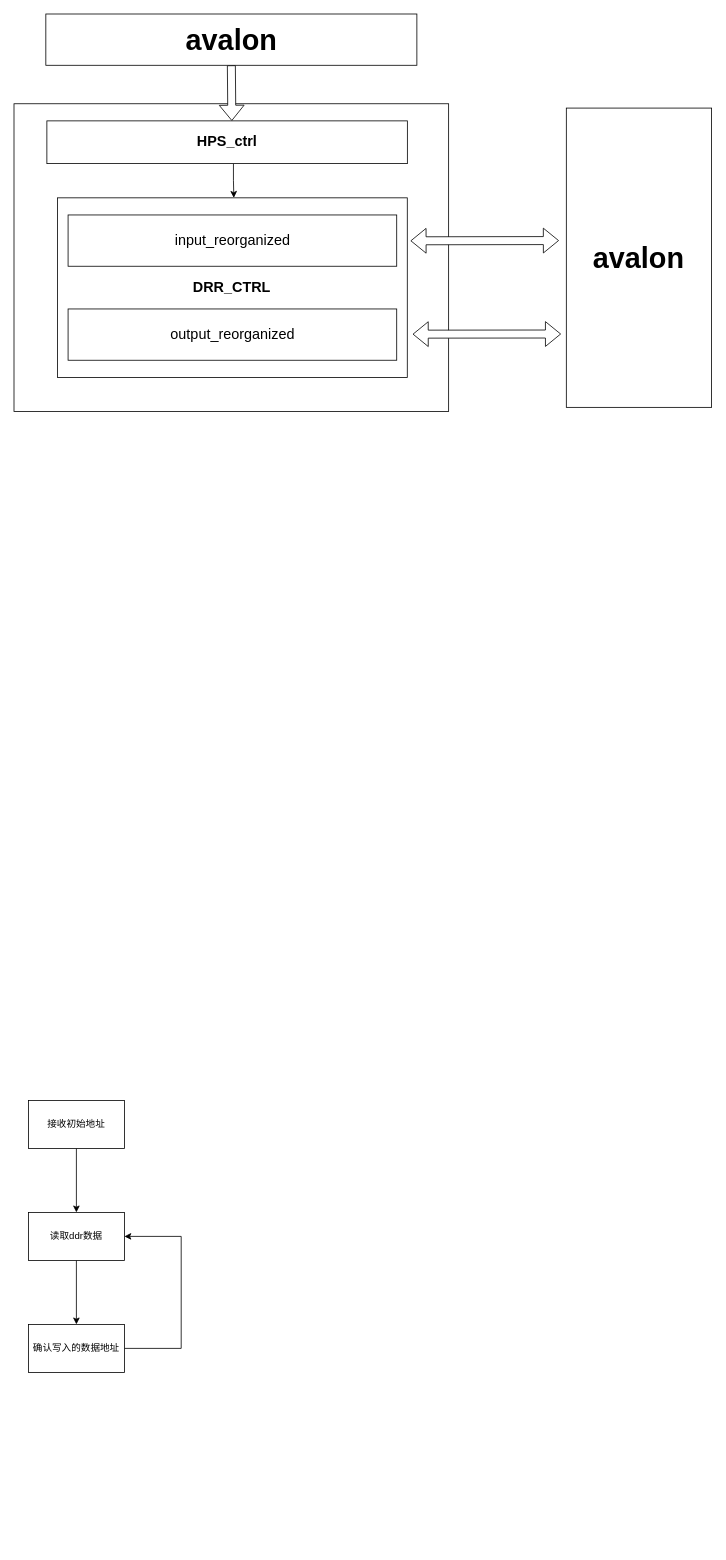
The draw.io diagram 数据重排.drawio in AQii77/drawio_SAVE, before the edit. Source tidied: cells renumbered, new cells numbered last; positions are measured from the earlier drawing's top-left corner, leaving out a move shared by most shapes. Both pictures are drawn from the tidied source at 80%, with x=0, y=0 at pixel (14, 14).
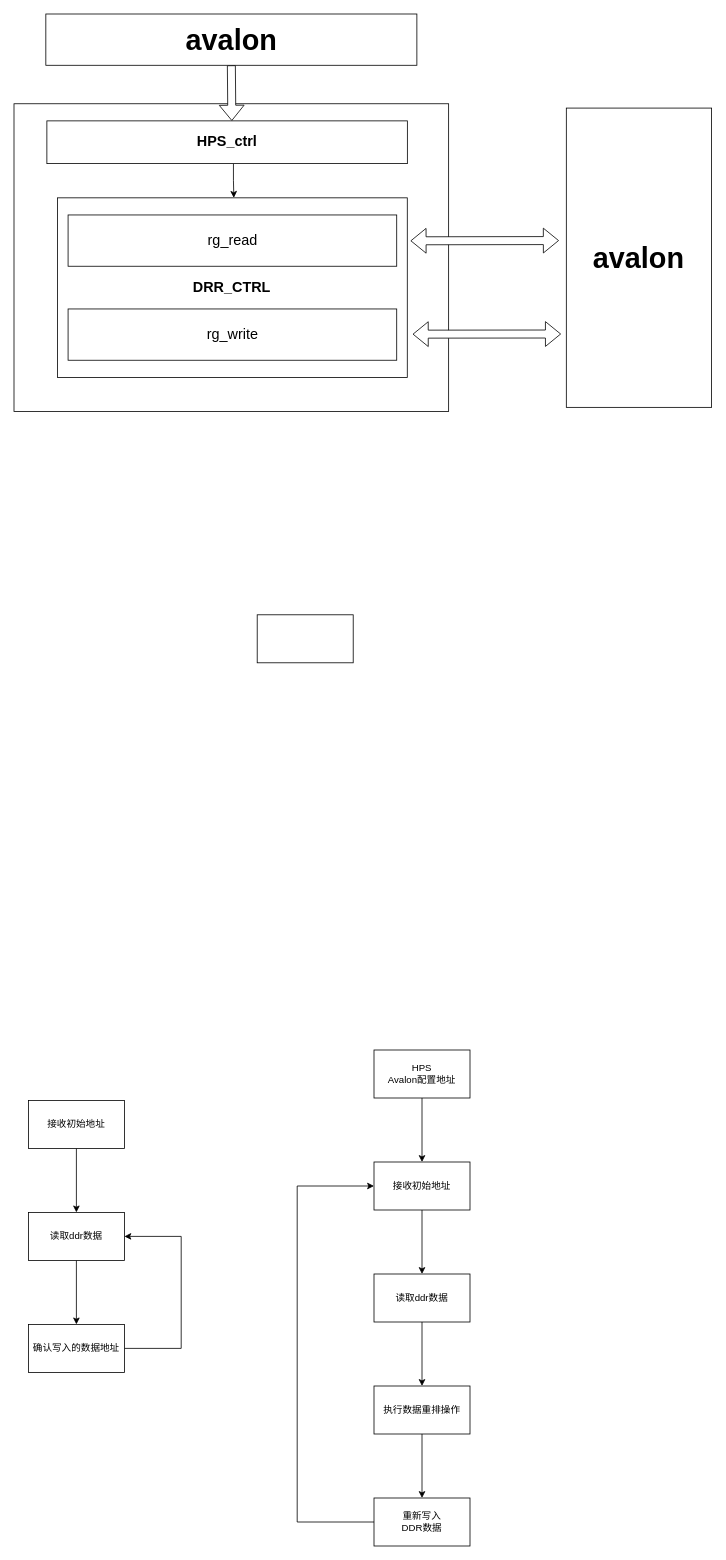
After the change.

Commit message:
更新数据重排.drawio

The change refers to these unchanged cells:
```xml
<mxCell id="8" style="group;" parent="1" vertex="1">
  <mxGeometry width="872" height="497" as="geometry" />
</mxCell>
```

Change to the diagram source:
```diff
@@
-    <mxCell id="11" value="&lt;font style=&quot;font-size: 18px;&quot;&gt;input_reorganized&lt;/font&gt;" style="rounded=0;whiteSpace=wrap;html=1;" parent="8" vertex="1">
+    <mxCell id="11" value="&lt;font style=&quot;font-size: 18px;&quot;&gt;rg_read&lt;/font&gt;" style="rounded=0;whiteSpace=wrap;html=1;" parent="8" vertex="1">
       <mxGeometry x="67.6" y="251.2" width="410.8" height="64.1" as="geometry" />
     </mxCell>
-    <mxCell id="12" value="&lt;font style=&quot;font-size: 18px;&quot;&gt;output_reorganized&lt;/font&gt;" style="rounded=0;whiteSpace=wrap;html=1;" parent="8" vertex="1">
+    <mxCell id="12" value="&lt;font style=&quot;font-size: 18px;&quot;&gt;rg_write&lt;/font&gt;" style="rounded=0;whiteSpace=wrap;html=1;" parent="8" vertex="1">
       <mxGeometry x="67.6" y="368.7" width="410.8" height="64.1" as="geometry" />
     </mxCell>
@@
+    <mxCell id="20" style="rounded=0;whiteSpace=wrap;html=1;" parent="1" vertex="1">
+      <mxGeometry x="304" y="751" width="120" height="60" as="geometry" />
+    </mxCell>
+    <mxCell id="21" style="edgeStyle=orthogonalEdgeStyle;rounded=0;jettySize=auto;html=1;" parent="1" edge="1" source="22" target="24">
+      <mxGeometry relative="1" as="geometry" />
+    </mxCell>
+    <mxCell id="22" value="HPS &lt;br&gt;Avalon配置地址" style="rounded=0;whiteSpace=wrap;html=1;" parent="1" vertex="1">
+      <mxGeometry x="450" y="1295" width="120" height="60" as="geometry" />
+    </mxCell>
+    <mxCell id="23" style="edgeStyle=orthogonalEdgeStyle;rounded=0;jettySize=auto;html=1;" parent="1" edge="1" source="24" target="26">
+      <mxGeometry relative="1" as="geometry" />
+    </mxCell>
+    <mxCell id="24" value="接收初始地址" style="whiteSpace=wrap;html=1;rounded=0;" parent="1" vertex="1">
+      <mxGeometry x="450" y="1435" width="120" height="60" as="geometry" />
+    </mxCell>
+    <mxCell id="25" style="edgeStyle=orthogonalEdgeStyle;rounded=0;jettySize=auto;html=1;" parent="1" edge="1" source="26" target="28">
+      <mxGeometry relative="1" as="geometry" />
+    </mxCell>
+    <mxCell id="26" value="读取ddr数据" style="whiteSpace=wrap;html=1;rounded=0;" parent="1" vertex="1">
+      <mxGeometry x="450" y="1575" width="120" height="60" as="geometry" />
+    </mxCell>
+    <mxCell id="27" style="edgeStyle=orthogonalEdgeStyle;rounded=0;jettySize=auto;html=1;" parent="1" edge="1" source="28" target="30">
+      <mxGeometry relative="1" as="geometry" />
+    </mxCell>
+    <mxCell id="28" value="执行数据重排操作" style="whiteSpace=wrap;html=1;rounded=0;" parent="1" vertex="1">
+      <mxGeometry x="450" y="1715" width="120" height="60" as="geometry" />
+    </mxCell>
+    <mxCell id="29" style="edgeStyle=orthogonalEdgeStyle;rounded=0;jettySize=auto;html=1;exitX=0;exitY=0.5;exitDx=0;exitDy=0;entryX=0;entryY=0.5;entryDx=0;entryDy=0;" parent="1" edge="1" source="30" target="24">
+      <mxGeometry relative="1" as="geometry">
+        <Array as="points">
+          <mxPoint x="354" y="1885" />
+          <mxPoint x="354" y="1465" />
+        </Array>
+      </mxGeometry>
+    </mxCell>
+    <mxCell id="30" value="重新写入&lt;br&gt;DDR数据" style="whiteSpace=wrap;html=1;rounded=0;" parent="1" vertex="1">
+      <mxGeometry x="450" y="1855" width="120" height="60" as="geometry" />
+    </mxCell>
```
